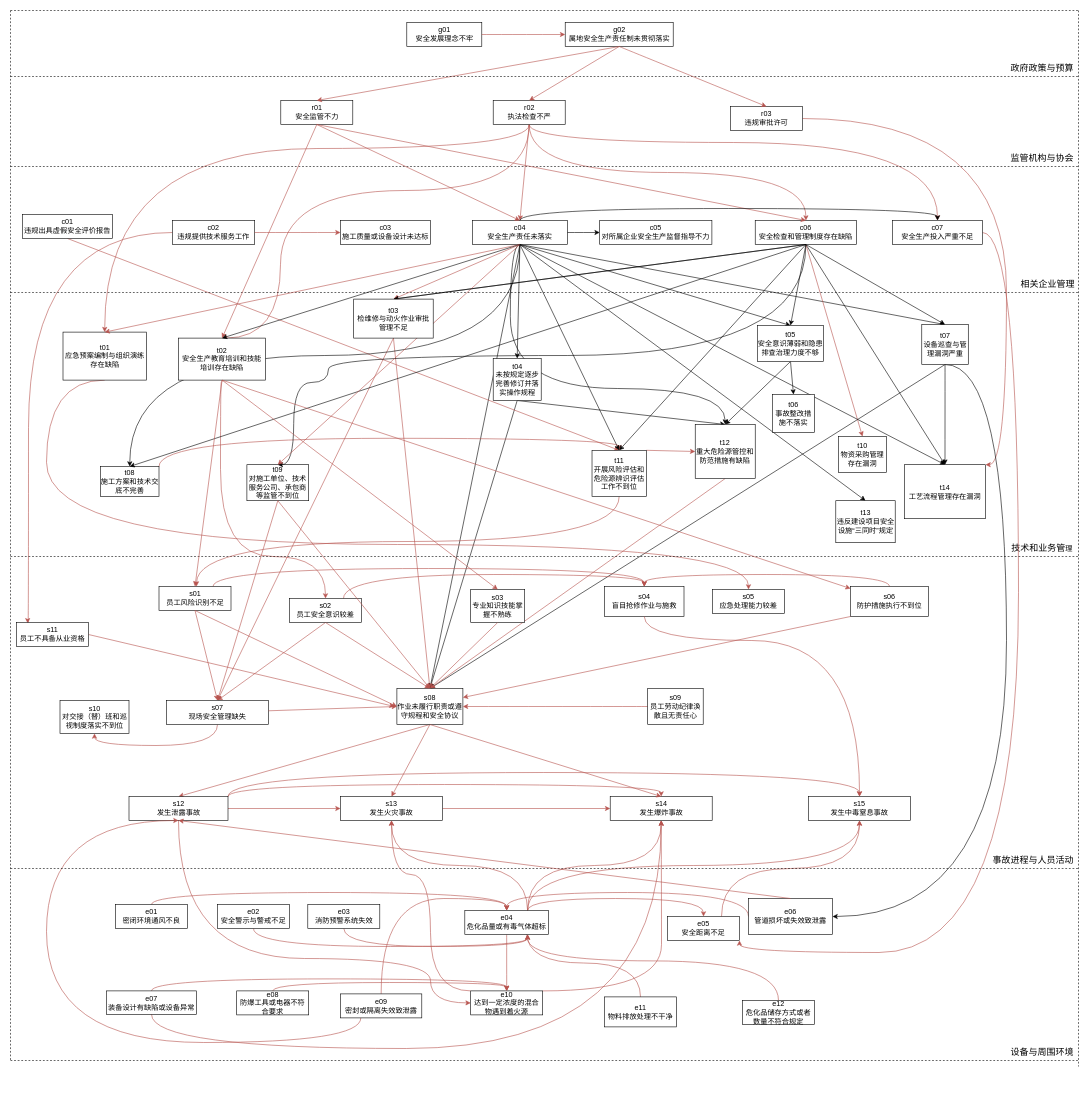
Above: 剔除次数少于5.drawio in fangjiarong/docs (draw.io), before the change. Source tidied: cells renumbered, new cells numbered last; positions are measured from the earlier drawing's top-left corner, leaving out a move shared by most shapes. Both pictures are drawn from the tidied source at 60%, with x=0, y=0 at pixel (10, 10).
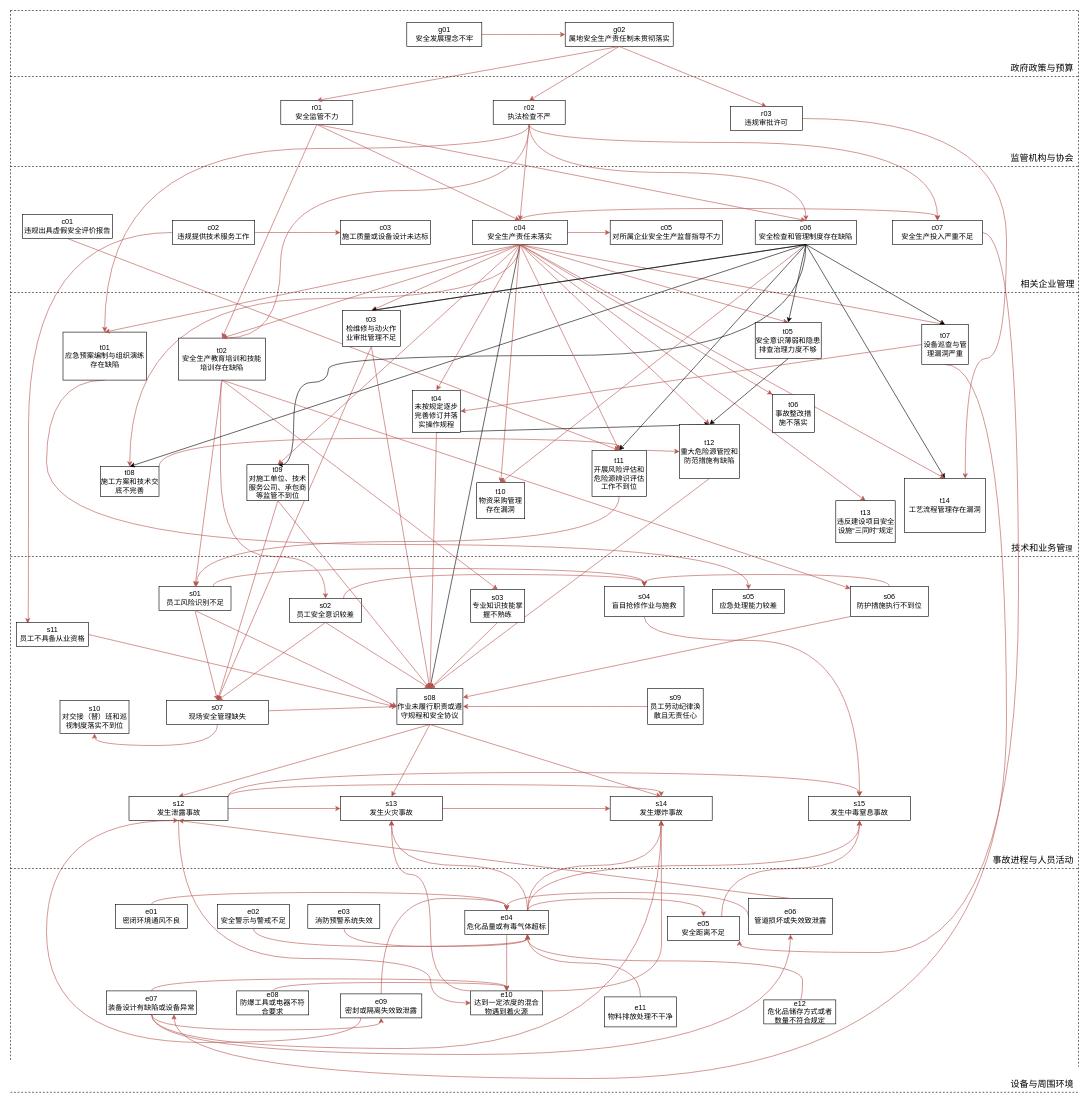
The same page after the edit.

Commit message (it also covers changes not shown here):
更新剔除次数少于5.drawio

The change refers to these unchanged cells:
```xml
<mxCell id="29" value="c04&lt;br&gt;安全生产责任未落实" style="rounded=0;whiteSpace=wrap;html=1;" parent="1" vertex="1">
  <mxGeometry x="770" y="350" width="158" height="40" as="geometry" />
</mxCell>
<mxCell id="33" value="t02&lt;br&gt;安全生产教育培训和技能培训存在缺陷" style="rounded=0;whiteSpace=wrap;html=1;" parent="1" vertex="1">
  <mxGeometry x="280" y="546" width="145.2" height="70" as="geometry" />
</mxCell>
<mxCell id="35" value="t08&lt;br&gt;施工方案和技术交底不完善" style="rounded=0;whiteSpace=wrap;html=1;" parent="1" vertex="1">
  <mxGeometry x="150" y="760" width="97.5" height="50" as="geometry" />
</mxCell>
<mxCell id="41" value="s08&lt;br&gt;作业未履行职责或遵守规程和安全协议" style="rounded=0;whiteSpace=wrap;html=1;" parent="1" vertex="1">
  <mxGeometry x="644" y="1130" width="110" height="60" as="geometry" />
</mxCell>
<mxCell id="61" value="t13&lt;br&gt;违反建设项目安全设施“三同时”规定" style="rounded=0;whiteSpace=wrap;html=1;" parent="1" vertex="1">
  <mxGeometry x="1375.5" y="817" width="99" height="70" as="geometry" />
</mxCell>
<mxCell id="68" value="r03&lt;br&gt;违规审批许可" style="rounded=0;whiteSpace=wrap;html=1;" parent="1" vertex="1">
  <mxGeometry x="1200" y="160" width="120" height="40" as="geometry" />
</mxCell>
<mxCell id="70" value="c07&lt;br&gt;安全生产投入严重不足" style="rounded=0;whiteSpace=wrap;html=1;" parent="1" vertex="1">
  <mxGeometry x="1470" y="350" width="150" height="40" as="geometry" />
</mxCell>
<mxCell id="85" value="e09&lt;br&gt;密封或隔离失效致泄露" style="rounded=0;whiteSpace=wrap;html=1;" parent="1" vertex="1">
  <mxGeometry x="550" y="1639" width="135.5" height="40" as="geometry" />
</mxCell>
<mxCell id="88" value="e07&lt;br&gt;装备设计有缺陷或设备异常" style="rounded=0;whiteSpace=wrap;html=1;" parent="1" vertex="1">
  <mxGeometry x="160" y="1634" width="150" height="39" as="geometry" />
</mxCell>
<mxCell id="104" value="e06&lt;br&gt;管道损坏或失效致泄露" style="rounded=0;whiteSpace=wrap;html=1;" parent="1" vertex="1">
  <mxGeometry x="1230" y="1480" width="140" height="60" as="geometry" />
</mxCell>
<mxCell id="109" value="t07&lt;br&gt;设备巡查与管理漏洞严重" style="rounded=0;whiteSpace=wrap;html=1;" parent="1" vertex="1">
  <mxGeometry x="1518.8" y="523.5" width="77.5" height="66.5" as="geometry" />
</mxCell>
<mxCell id="153" value="e04&lt;br&gt;危化品量或有毒气体超标" style="rounded=0;whiteSpace=wrap;html=1;" parent="1" vertex="1">
  <mxGeometry x="757.2" y="1500" width="139.5" height="40" as="geometry" />
</mxCell>
<mxCell id="158" value="t06&lt;br&gt;事故整改措施不落实" style="rounded=0;whiteSpace=wrap;html=1;" parent="1" vertex="1">
  <mxGeometry x="1270" y="640" width="70" height="63" as="geometry" />
</mxCell>
<mxCell id="165" value="t11&lt;br&gt;开展风险评估和危险源辨识评估工作不到位" style="rounded=0;whiteSpace=wrap;html=1;" parent="1" vertex="1">
  <mxGeometry x="969.2" y="733" width="90.5" height="77" as="geometry" />
</mxCell>
```

Diff of the diagram source:
```diff
@@
-    <mxCell id="3" style="endArrow=classic;html=1;rounded=0;exitX=0.5;exitY=1;exitDx=0;exitDy=0;entryX=0.5;entryY=0;entryDx=0;entryDy=0;" parent="1" edge="1" source="109" target="41">
-      <mxGeometry relative="1" as="geometry" />
-    </mxCell>
@@
-    <mxCell id="6" style="endArrow=classic;html=1;rounded=0;exitX=0.5;exitY=1;exitDx=0;exitDy=0;entryX=0.5;entryY=0;entryDx=0;entryDy=0;" parent="1" edge="1" source="171" target="41">
+    <mxCell id="6" style="endArrow=classic;html=1;rounded=0;exitX=0.5;exitY=1;exitDx=0;exitDy=0;entryX=0.5;entryY=0;entryDx=0;entryDy=0;fillColor=#f8cecc;strokeColor=#b85450;" parent="1" edge="1" source="171" target="41">
       <mxGeometry relative="1" as="geometry" />
     </mxCell>
@@
     <mxCell id="12" value="&lt;font style=&quot;font-size: 15px;&quot;&gt;设备与周围环境&lt;/font&gt;" style="text;html=1;strokeColor=none;fillColor=none;align=center;verticalAlign=middle;whiteSpace=wrap;rounded=0;" parent="1" vertex="1">
-      <mxGeometry x="1660" y="1720" width="119" height="30" as="geometry" />
+      <mxGeometry x="1660" y="1773" width="119" height="30" as="geometry" />
     </mxCell>
@@
-    <mxCell id="24" style="edgeStyle=orthogonalEdgeStyle;curved=1;rounded=0;jettySize=auto;html=1;exitX=1;exitY=0.5;exitDx=0;exitDy=0;entryX=0;entryY=0.5;entryDx=0;entryDy=0;" parent="1" edge="1" source="29" target="55">
+    <mxCell id="24" style="edgeStyle=orthogonalEdgeStyle;curved=1;rounded=0;jettySize=auto;html=1;exitX=1;exitY=0.5;exitDx=0;exitDy=0;entryX=0;entryY=0.5;entryDx=0;entryDy=0;fillColor=#f8cecc;strokeColor=#b85450;" parent="1" edge="1" source="29" target="55">
       <mxGeometry relative="1" as="geometry" />
     </mxCell>
-    <mxCell id="25" style="edgeStyle=none;rounded=0;jettySize=auto;html=1;exitX=0.5;exitY=1;exitDx=0;exitDy=0;entryX=0.5;entryY=0;entryDx=0;entryDy=0;" parent="1" edge="1" source="29" target="109">
+    <mxCell id="25" style="edgeStyle=none;rounded=0;jettySize=auto;html=1;exitX=0.5;exitY=1;exitDx=0;exitDy=0;entryX=0.5;entryY=0;entryDx=0;entryDy=0;fillColor=#f8cecc;strokeColor=#b85450;" parent="1" edge="1" source="29" target="109">
       <mxGeometry relative="1" as="geometry" />
     </mxCell>
-    <mxCell id="26" style="edgeStyle=none;rounded=0;jettySize=auto;html=1;exitX=0.5;exitY=1;exitDx=0;exitDy=0;entryX=0.5;entryY=0;entryDx=0;entryDy=0;" parent="1" edge="1" source="29" target="61">
+    <mxCell id="26" style="edgeStyle=none;rounded=0;jettySize=auto;html=1;exitX=0.5;exitY=1;exitDx=0;exitDy=0;entryX=0.5;entryY=0;entryDx=0;entryDy=0;fillColor=#f8cecc;strokeColor=#b85450;" parent="1" edge="1" source="29" target="61">
       <mxGeometry relative="1" as="geometry" />
     </mxCell>
-    <mxCell id="27" style="edgeStyle=orthogonalEdgeStyle;curved=1;rounded=0;jettySize=auto;html=1;exitX=0.5;exitY=1;exitDx=0;exitDy=0;entryX=0.5;entryY=0;entryDx=0;entryDy=0;" parent="1" edge="1" source="29" target="157">
-      <mxGeometry relative="1" as="geometry">
-        <Array as="points">
-          <mxPoint x="833" y="630" />
-          <mxPoint x="1191" y="630" />
-        </Array>
-      </mxGeometry>
+    <mxCell id="27" style="rounded=0;jettySize=auto;html=1;exitX=0.5;exitY=1;exitDx=0;exitDy=0;entryX=0.5;entryY=0;entryDx=0;entryDy=0;fillColor=#f8cecc;strokeColor=#b85450;" parent="1" edge="1" source="29" target="157">
+      <mxGeometry relative="1" as="geometry" />
     </mxCell>
-    <mxCell id="28" style="edgeStyle=orthogonalEdgeStyle;curved=1;rounded=0;jettySize=auto;html=1;exitX=0.5;exitY=1;exitDx=0;exitDy=0;entryX=0.5;entryY=0;entryDx=0;entryDy=0;" parent="1" edge="1" source="29" target="35">
-      <mxGeometry relative="1" as="geometry" />
+    <mxCell id="28" style="edgeStyle=orthogonalEdgeStyle;curved=1;rounded=0;jettySize=auto;html=1;exitX=0.5;exitY=1;exitDx=0;exitDy=0;entryX=0.5;entryY=0;entryDx=0;entryDy=0;fillColor=#f8cecc;strokeColor=#b85450;" parent="1" edge="1" source="29" target="35">
+      <mxGeometry relative="1" as="geometry">
+        <Array as="points">
+          <mxPoint x="849" y="480" />
+          <mxPoint x="199" y="480" />
+        </Array>
+      </mxGeometry>
     </mxCell>
+    <mxCell id="174" style="edgeStyle=none;rounded=0;jettySize=auto;html=1;exitX=0.5;exitY=1;exitDx=0;exitDy=0;entryX=0;entryY=0;entryDx=0;entryDy=0;fillColor=#f8cecc;strokeColor=#b85450;" parent="1" edge="1" source="29" target="158">
+      <mxGeometry relative="1" as="geometry" />
+    </mxCell>
+    <mxCell id="175" style="edgeStyle=none;rounded=0;jettySize=auto;html=1;exitX=0.5;exitY=1;exitDx=0;exitDy=0;entryX=0.5;entryY=0;entryDx=0;entryDy=0;fillColor=#f8cecc;strokeColor=#b85450;" parent="1" edge="1" source="29" target="71">
+      <mxGeometry relative="1" as="geometry" />
+    </mxCell>
@@
     <mxCell id="55" value="c05&lt;br&gt;对所属企业安全生产监督指导不力" style="rounded=0;whiteSpace=wrap;html=1;" parent="1" vertex="1">
-      <mxGeometry x="982" y="350" width="187" height="40" as="geometry" />
+      <mxGeometry x="999.5" y="350" width="187" height="40" as="geometry" />
     </mxCell>
@@
-    <mxCell id="67" style="edgeStyle=orthogonalEdgeStyle;curved=1;rounded=0;jettySize=auto;html=1;exitX=1;exitY=0.5;exitDx=0;exitDy=0;entryX=1;entryY=0;entryDx=0;entryDy=0;fillColor=#f8cecc;strokeColor=#b85450;" parent="1" edge="1" source="68" target="163">
+    <mxCell id="67" style="edgeStyle=orthogonalEdgeStyle;curved=1;rounded=0;jettySize=auto;html=1;exitX=1;exitY=0.5;exitDx=0;exitDy=0;entryX=0.75;entryY=0;entryDx=0;entryDy=0;fillColor=#f8cecc;strokeColor=#b85450;" parent="1" edge="1" source="68" target="163">
       <mxGeometry relative="1" as="geometry">
         <Array as="points">
           <mxPoint x="1660" y="180" />
-          <mxPoint x="1660" y="757" />
+          <mxPoint x="1660" y="580" />
+          <mxPoint x="1591" y="580" />
         </Array>
       </mxGeometry>
     </mxCell>
@@
     <mxCell id="71" value="t10&lt;br&gt;物资采购管理存在漏洞" style="rounded=0;whiteSpace=wrap;html=1;" parent="1" vertex="1">
-      <mxGeometry x="1380" y="710" width="80" height="60" as="geometry" />
+      <mxGeometry x="777" y="787" width="80" height="60" as="geometry" />
     </mxCell>
@@
+    <mxCell id="176" style="edgeStyle=orthogonalEdgeStyle;rounded=0;jettySize=auto;html=1;exitX=0.5;exitY=1;exitDx=0;exitDy=0;entryX=0.5;entryY=1;entryDx=0;entryDy=0;curved=1;fillColor=#f8cecc;strokeColor=#b85450;" parent="1" edge="1" source="88" target="104">
+      <mxGeometry relative="1" as="geometry">
+        <Array as="points">
+          <mxPoint x="235" y="1740" />
+          <mxPoint x="1300" y="1740" />
+        </Array>
+      </mxGeometry>
+    </mxCell>
+    <mxCell id="177" style="edgeStyle=orthogonalEdgeStyle;curved=1;rounded=0;jettySize=auto;html=1;exitX=0.5;exitY=1;exitDx=0;exitDy=0;entryX=0.5;entryY=1;entryDx=0;entryDy=0;fillColor=#f8cecc;strokeColor=#b85450;" parent="1" edge="1" source="88" target="85">
+      <mxGeometry relative="1" as="geometry" />
+    </mxCell>
@@
     <mxCell id="105" style="edgeStyle=orthogonalEdgeStyle;curved=1;rounded=0;jettySize=auto;html=1;exitX=0.5;exitY=0;exitDx=0;exitDy=0;entryX=0.75;entryY=1;entryDx=0;entryDy=0;fillColor=#f8cecc;strokeColor=#b85450;" parent="1" edge="1" source="106" target="153">
       <mxGeometry relative="1" as="geometry">
         <Array as="points">
-          <mxPoint x="1280" y="1584" />
+          <mxPoint x="1320" y="1649" />
+          <mxPoint x="1320" y="1584" />
           <mxPoint x="862" y="1584" />
         </Array>
       </mxGeometry>
     </mxCell>
     <mxCell id="106" value="e12&lt;br&gt;危化品储存方式或者数量不符合规定" style="rounded=0;whiteSpace=wrap;html=1;" parent="1" vertex="1">
-      <mxGeometry x="1220" y="1650" width="120" height="40" as="geometry" />
+      <mxGeometry x="1255.5" y="1649" width="120" height="40" as="geometry" />
     </mxCell>
@@
-    <mxCell id="108" style="edgeStyle=orthogonalEdgeStyle;curved=1;rounded=0;jettySize=auto;html=1;exitX=0.5;exitY=1;exitDx=0;exitDy=0;entryX=1;entryY=0.5;entryDx=0;entryDy=0;" parent="1" edge="1" source="109" target="104">
+    <mxCell id="108" style="edgeStyle=orthogonalEdgeStyle;curved=1;rounded=0;jettySize=auto;html=1;exitX=0.5;exitY=1;exitDx=0;exitDy=0;entryX=0.75;entryY=1;entryDx=0;entryDy=0;fillColor=#f8cecc;strokeColor=#b85450;" parent="1" edge="1" source="109" target="88">
       <mxGeometry relative="1" as="geometry">
         <Array as="points">
           <mxPoint x="1660" y="590" />
-          <mxPoint x="1660" y="1510" />
+          <mxPoint x="1660" y="1780" />
+          <mxPoint x="273" y="1780" />
         </Array>
       </mxGeometry>
     </mxCell>
+    <mxCell id="178" style="edgeStyle=none;rounded=0;jettySize=auto;html=1;exitX=0;exitY=0.5;exitDx=0;exitDy=0;entryX=1;entryY=0.5;entryDx=0;entryDy=0;fillColor=#f8cecc;strokeColor=#b85450;" parent="1" edge="1" source="109" target="171">
+      <mxGeometry relative="1" as="geometry" />
+    </mxCell>
@@
     <mxCell id="115" style="endArrow=none;dashed=1;html=1;rounded=0;" parent="1" edge="1">
       <mxGeometry relative="1" as="geometry">
-        <mxPoint y="1750" as="sourcePoint" />
-        <mxPoint x="1780" y="1750" as="targetPoint" />
+        <mxPoint y="1803" as="sourcePoint" />
+        <mxPoint x="1780" y="1803" as="targetPoint" />
       </mxGeometry>
     </mxCell>
@@
-    <mxCell id="135" style="endArrow=classic;html=1;rounded=0;exitX=0.5;exitY=1;exitDx=0;exitDy=0;entryX=0.5;entryY=0;entryDx=0;entryDy=0;" parent="1" edge="1" source="29" target="33">
+    <mxCell id="135" style="endArrow=classic;html=1;rounded=0;exitX=0.5;exitY=1;exitDx=0;exitDy=0;entryX=0.5;entryY=0;entryDx=0;entryDy=0;fillColor=#f8cecc;strokeColor=#b85450;" parent="1" edge="1" source="29" target="33">
       <mxGeometry relative="1" as="geometry" />
     </mxCell>
@@
-    <mxCell id="139" style="endArrow=classic;html=1;rounded=0;exitX=0.5;exitY=1;exitDx=0;exitDy=0;entryX=0.5;entryY=0;entryDx=0;entryDy=0;" parent="1" edge="1" source="29" target="163">
+    <mxCell id="139" style="endArrow=classic;html=1;rounded=0;exitX=0.5;exitY=1;exitDx=0;exitDy=0;entryX=0.5;entryY=0;entryDx=0;entryDy=0;fillColor=#f8cecc;strokeColor=#b85450;" parent="1" edge="1" source="29" target="163">
       <mxGeometry relative="1" as="geometry" />
     </mxCell>
@@
-    <mxCell id="143" style="endArrow=classic;html=1;rounded=0;exitX=0.5;exitY=1;exitDx=0;exitDy=0;entryX=0.5;entryY=0;entryDx=0;entryDy=0;" parent="1" edge="1" source="29" target="161">
+    <mxCell id="143" style="endArrow=classic;html=1;rounded=0;exitX=0.5;exitY=1;exitDx=0;exitDy=0;entryX=0.5;entryY=0;entryDx=0;entryDy=0;fillColor=#f8cecc;strokeColor=#b85450;" parent="1" edge="1" source="29" target="161">
       <mxGeometry relative="1" as="geometry" />
     </mxCell>
-    <mxCell id="144" style="endArrow=classic;html=1;rounded=0;exitX=0.5;exitY=1;exitDx=0;exitDy=0;entryX=0.5;entryY=0;entryDx=0;entryDy=0;" parent="1" edge="1" source="29" target="165">
+    <mxCell id="144" style="endArrow=classic;html=1;rounded=0;exitX=0.5;exitY=1;exitDx=0;exitDy=0;entryX=0.5;entryY=0;entryDx=0;entryDy=0;fillColor=#f8cecc;strokeColor=#b85450;" parent="1" edge="1" source="29" target="165">
       <mxGeometry relative="1" as="geometry" />
     </mxCell>
@@
     <mxCell id="155" value="t03&lt;br&gt;检维修与动火作业审批管理不足" style="rounded=0;whiteSpace=wrap;html=1;" parent="1" vertex="1">
-      <mxGeometry x="572" y="481" width="132.5" height="65" as="geometry" />
+      <mxGeometry x="553" y="500" width="97" height="60" as="geometry" />
     </mxCell>
@@
     <mxCell id="157" value="t12&lt;br&gt;重大危险源管控和防范措施有缺陷" style="rounded=0;whiteSpace=wrap;html=1;" parent="1" vertex="1">
-      <mxGeometry x="1141.2" y="690" width="100" height="90" as="geometry" />
+      <mxGeometry x="1115" y="690" width="100" height="90" as="geometry" />
     </mxCell>
@@
-    <mxCell id="160" style="edgeStyle=none;rounded=0;jettySize=auto;html=1;exitX=0.5;exitY=1;exitDx=0;exitDy=0;entryX=0.5;entryY=0;entryDx=0;entryDy=0;" parent="1" edge="1" source="161" target="158">
-      <mxGeometry relative="1" as="geometry" />
-    </mxCell>
     <mxCell id="161" value="t05&lt;br&gt;安全意识薄弱和隐患排查治理力度不够" style="rounded=0;whiteSpace=wrap;html=1;" parent="1" vertex="1">
-      <mxGeometry x="1245" y="525" width="110" height="60" as="geometry" />
+      <mxGeometry x="1241.2" y="520" width="110" height="60" as="geometry" />
     </mxCell>
-    <mxCell id="162" style="edgeStyle=orthogonalEdgeStyle;curved=1;rounded=0;jettySize=auto;html=1;exitX=0.5;exitY=1;exitDx=0;exitDy=0;entryX=0.5;entryY=0;entryDx=0;entryDy=0;" parent="1" edge="1" source="109" target="163">
-      <mxGeometry relative="1" as="geometry">
-        <Array as="points">
-          <mxPoint x="1557" y="600" />
-        </Array>
-      </mxGeometry>
-    </mxCell>
     <mxCell id="163" value="t14&lt;br&gt;工艺流程管理存在漏洞" style="rounded=0;whiteSpace=wrap;html=1;" parent="1" vertex="1">
-      <mxGeometry x="1490" y="757" width="135" height="90" as="geometry" />
+      <mxGeometry x="1490" y="780" width="135" height="90" as="geometry" />
     </mxCell>
@@
-    <mxCell id="170" style="endArrow=classic;html=1;rounded=0;exitX=0.5;exitY=1;exitDx=0;exitDy=0;entryX=0.5;entryY=0;entryDx=0;entryDy=0;" parent="1" edge="1" source="29" target="171">
+    <mxCell id="170" style="endArrow=classic;html=1;rounded=0;exitX=0.5;exitY=1;exitDx=0;exitDy=0;entryX=0.5;entryY=0;entryDx=0;entryDy=0;fillColor=#f8cecc;strokeColor=#b85450;" parent="1" edge="1" source="29" target="171">
       <mxGeometry relative="1" as="geometry" />
     </mxCell>
     <mxCell id="171" value="t04&lt;br&gt;未按规定逐步完善修订并落实操作规程" style="rounded=0;whiteSpace=wrap;html=1;" parent="1" vertex="1">
-      <mxGeometry x="804.5" y="580" width="80" height="70" as="geometry" />
+      <mxGeometry x="670" y="633" width="80" height="70" as="geometry" />
     </mxCell>
-    <mxCell id="172" style="edgeStyle=orthogonalEdgeStyle;curved=1;rounded=0;jettySize=auto;html=1;exitX=0.5;exitY=0;exitDx=0;exitDy=0;entryX=0.5;entryY=0;entryDx=0;entryDy=0;" parent="1" edge="1" source="29" target="70">
+    <mxCell id="172" style="edgeStyle=orthogonalEdgeStyle;curved=1;rounded=0;jettySize=auto;html=1;exitX=0.5;exitY=0;exitDx=0;exitDy=0;entryX=0.5;entryY=0;entryDx=0;entryDy=0;fillColor=#f8cecc;strokeColor=#b85450;" parent="1" edge="1" source="29" target="70">
       <mxGeometry relative="1" as="geometry" />
     </mxCell>
```
